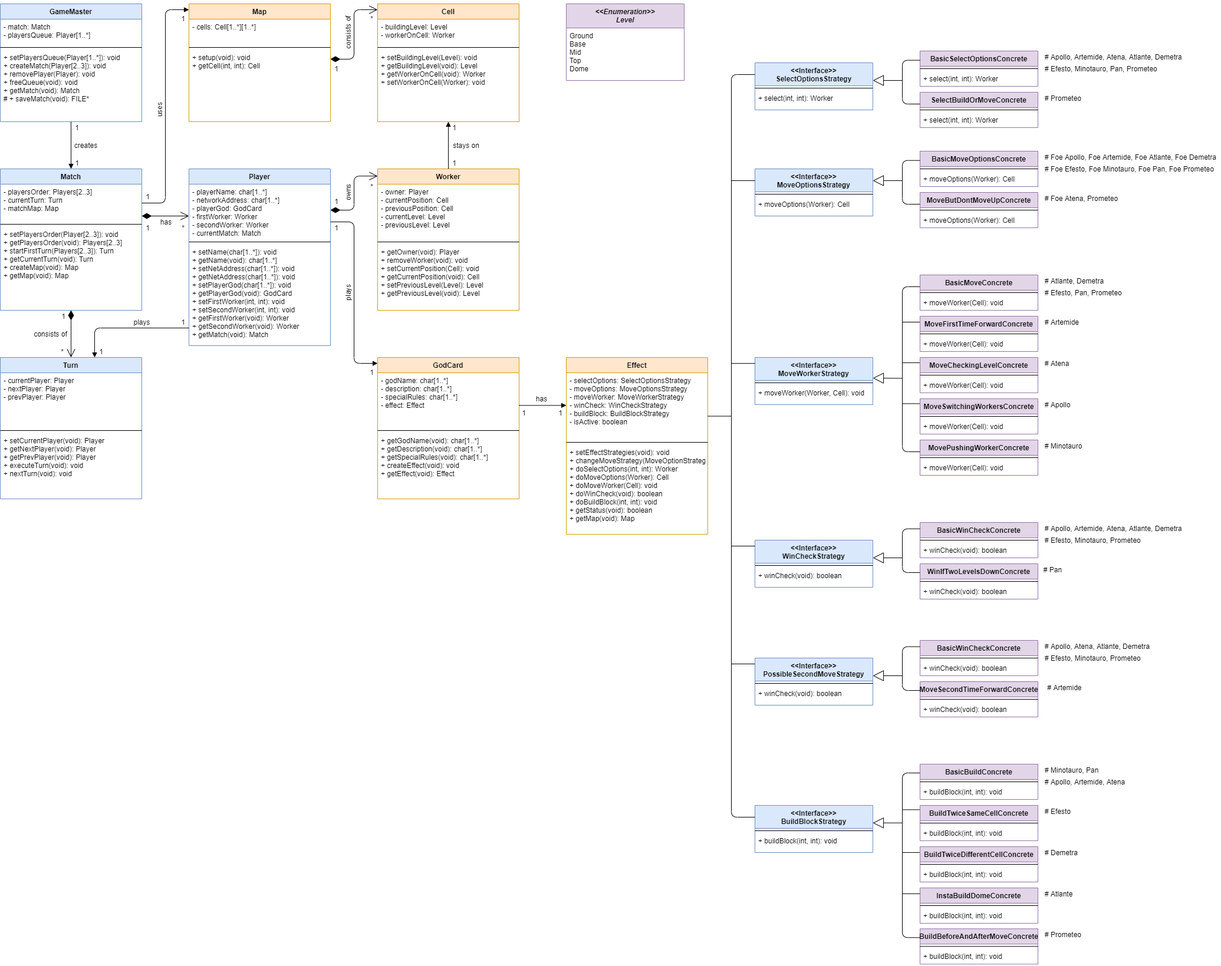
This is deliverables/UML/Model.png from DomenicoArmillotta/ing-sw-2019-Armillotta-Anese-Borghetti, a draw.io export, as it was before one commit. Source tidied: cells renumbered, new cells last; positions are measured from the earlier drawing's top-left corner, leaving out a move shared by most shapes.
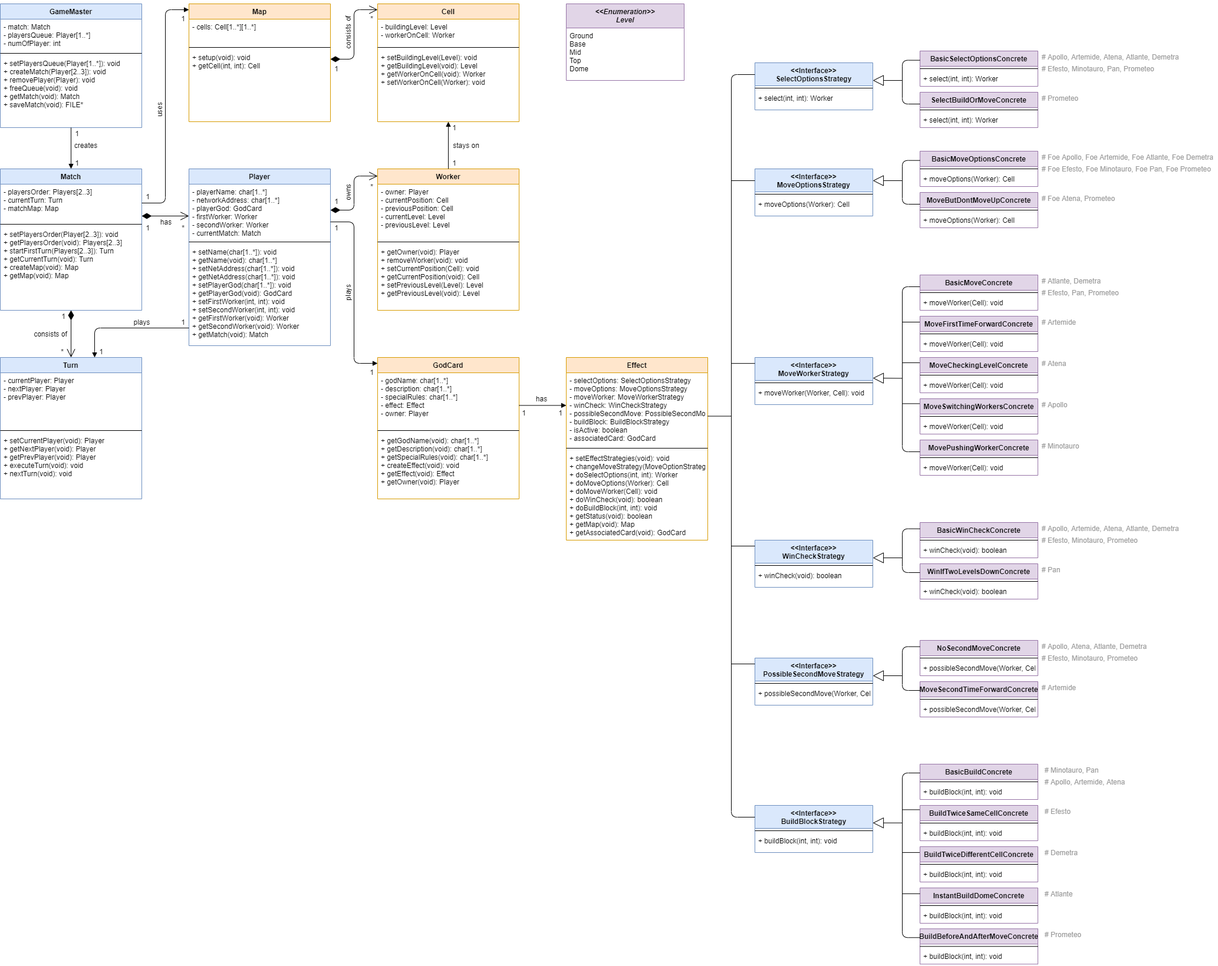
Later version of the same file.

Commit message:
Model UML updated

Diff of the diagram source:
```diff
@@ -5,12 +5,12 @@
     <mxCell id="2" value="GameMaster" style="swimlane;fontStyle=1;align=center;verticalAlign=top;horizontal=1;startSize=26;fillColor=#dae8fc;strokeColor=#6c8ebf;" parent="1" vertex="1">
-      <mxGeometry width="240" height="200" as="geometry" />
+      <mxGeometry width="240" height="210" as="geometry" />
     </mxCell>
-    <mxCell id="3" value="- match: Match&#10;- playersQueue: Player[1..*]" style="text;strokeColor=none;fillColor=none;align=left;verticalAlign=top;spacingLeft=4;spacingRight=4;overflow=hidden;" parent="2" vertex="1">
-      <mxGeometry y="26" width="240" height="44" as="geometry" />
+    <mxCell id="3" value="- match: Match&#10;- playersQueue: Player[1..*]&#10;- numOfPlayer: int" style="text;strokeColor=none;fillColor=none;align=left;verticalAlign=top;spacingLeft=4;spacingRight=4;overflow=hidden;" parent="2" vertex="1">
+      <mxGeometry y="26" width="240" height="54" as="geometry" />
     </mxCell>
     <mxCell id="4" style="line;strokeWidth=1;fillColor=none;align=left;verticalAlign=middle;spacingTop=-1;spacingLeft=3;spacingRight=3;labelPosition=right;" parent="2" vertex="1">
-      <mxGeometry y="70" width="240" height="8" as="geometry" />
+      <mxGeometry y="80" width="240" height="8" as="geometry" />
     </mxCell>
-    <mxCell id="5" value="+ setPlayersQueue(Player[1..*]): void&#10;+ createMatch(Player[2..3]): void&#10;+ removePlayer(Player): void&#10;+ freeQueue(void): void&#10;+ getMatch(void): Match&#10;# + saveMatch(void): FILE*" style="text;strokeColor=none;fillColor=none;align=left;verticalAlign=top;spacingLeft=4;spacingRight=4;overflow=hidden;points=[[0,0.5],[1,0.5]];portConstraint=eastwest;" parent="2" vertex="1">
-      <mxGeometry y="78" width="240" height="122" as="geometry" />
+    <mxCell id="5" value="+ setPlayersQueue(Player[1..*]): void&#10;+ createMatch(Player[2..3]): void&#10;+ removePlayer(Player): void&#10;+ freeQueue(void): void&#10;+ getMatch(void): Match&#10;+ saveMatch(void): FILE*" style="text;strokeColor=none;fillColor=none;align=left;verticalAlign=top;spacingLeft=4;spacingRight=4;overflow=hidden;points=[[0,0.5],[1,0.5]];portConstraint=eastwest;" parent="2" vertex="1">
+      <mxGeometry y="88" width="240" height="122" as="geometry" />
     </mxCell>
@@ -111,3 +111,3 @@
     </mxCell>
-    <mxCell id="35" value="- godName: char[1..*]&#10;- description: char[1..*]&#10;- specialRules: char[1..*]&#10;- effect: Effect" style="text;strokeColor=none;fillColor=none;align=left;verticalAlign=top;spacingLeft=4;spacingRight=4;overflow=hidden;" parent="34" vertex="1">
+    <mxCell id="35" value="- godName: char[1..*]&#10;- description: char[1..*]&#10;- specialRules: char[1..*]&#10;- effect: Effect&#10;- owner: Player" style="text;strokeColor=none;fillColor=none;align=left;verticalAlign=top;spacingLeft=4;spacingRight=4;overflow=hidden;" parent="34" vertex="1">
       <mxGeometry y="26" width="240" height="94" as="geometry" />
@@ -117,3 +117,3 @@
     </mxCell>
-    <mxCell id="37" value="+ getGodName(void): char[1..*]&#10;+ getDescription(void): char[1..*]&#10;+ getSpecialRules(void): char[1..*]&#10;+ createEffect(void): void&#10;+ getEffect(void): Effect" style="text;strokeColor=none;fillColor=none;align=left;verticalAlign=top;spacingLeft=4;spacingRight=4;overflow=hidden;" parent="34" vertex="1">
+    <mxCell id="37" value="+ getGodName(void): char[1..*]&#10;+ getDescription(void): char[1..*]&#10;+ getSpecialRules(void): char[1..*]&#10;+ createEffect(void): void&#10;+ getEffect(void): Effect&#10;+ getOwner(void): Player" style="text;strokeColor=none;fillColor=none;align=left;verticalAlign=top;spacingLeft=4;spacingRight=4;overflow=hidden;" parent="34" vertex="1">
       <mxGeometry y="128" width="240" height="112" as="geometry" />
@@ -130,12 +130,12 @@
     <mxCell id="41" value="Effect" style="swimlane;fontStyle=1;align=center;verticalAlign=top;horizontal=1;startSize=26;fillColor=#ffe6cc;strokeColor=#d79b00;" parent="1" vertex="1">
-      <mxGeometry x="960" y="600" width="240" height="300" as="geometry" />
+      <mxGeometry x="960" y="600" width="240" height="310" as="geometry" />
     </mxCell>
-    <mxCell id="42" value="- selectOptions: SelectOptionsStrategy&#10;- moveOptions: MoveOptionsStrategy&#10;- moveWorker: MoveWorkerStrategy&#10;- winCheck: WinCheckStrategy&#10;- buildBlock: BuildBlockStrategy&#10;- isActive: boolean" style="text;strokeColor=none;fillColor=none;align=left;verticalAlign=top;spacingLeft=4;spacingRight=4;overflow=hidden;" parent="41" vertex="1">
-      <mxGeometry y="26" width="240" height="114" as="geometry" />
+    <mxCell id="42" value="- selectOptions: SelectOptionsStrategy&#10;- moveOptions: MoveOptionsStrategy&#10;- moveWorker: MoveWorkerStrategy&#10;- winCheck: WinCheckStrategy&#10;- possibleSecondMove: PossibleSecondMoveStrategy&#10;- buildBlock: BuildBlockStrategy&#10;- isActive: boolean&#10;- associatedCard: GodCard" style="text;strokeColor=none;fillColor=none;align=left;verticalAlign=top;spacingLeft=4;spacingRight=4;overflow=hidden;" parent="41" vertex="1">
+      <mxGeometry y="26" width="240" height="124" as="geometry" />
     </mxCell>
     <mxCell id="43" style="line;strokeWidth=1;fillColor=none;align=left;verticalAlign=middle;spacingTop=-1;spacingLeft=3;spacingRight=3;labelPosition=right;" parent="41" vertex="1">
-      <mxGeometry y="140" width="240" height="8" as="geometry" />
+      <mxGeometry y="150" width="240" height="8" as="geometry" />
     </mxCell>
-    <mxCell id="44" value="+ setEffectStrategies(void): void&#10;+ changeMoveStrategy(MoveOptionStrategy): void&#10;+ doSelectOptions(int, int): Worker&#10;+ doMoveOptions(Worker): Cell&#10;+ doMoveWorker(Cell): void&#10;+ doWinCheck(void): boolean&#10;+ doBuildBlock(int, int): void&#10;+ getStatus(void): boolean&#10;+ getMap(void): Map" style="text;strokeColor=none;fillColor=none;align=left;verticalAlign=top;spacingLeft=4;spacingRight=4;overflow=hidden;" parent="41" vertex="1">
-      <mxGeometry y="148" width="240" height="152" as="geometry" />
+    <mxCell id="44" value="+ setEffectStrategies(void): void&#10;+ changeMoveStrategy(MoveOptionStrategy): void&#10;+ doSelectOptions(int, int): Worker&#10;+ doMoveOptions(Worker): Cell&#10;+ doMoveWorker(Cell): void&#10;+ doWinCheck(void): boolean&#10;+ doBuildBlock(int, int): void&#10;+ getStatus(void): boolean&#10;+ getMap(void): Map&#10;+ getAssociatedCard(void): GodCard" style="text;strokeColor=none;fillColor=none;align=left;verticalAlign=top;spacingLeft=4;spacingRight=4;overflow=hidden;" parent="41" vertex="1">
+      <mxGeometry y="158" width="240" height="152" as="geometry" />
     </mxCell>
@@ -231,3 +231,3 @@
     </mxCell>
-    <mxCell id="75" value="InstaBuildDomeConcrete" style="swimlane;fontStyle=1;align=center;verticalAlign=top;horizontal=1;startSize=26;fillColor=#e1d5e7;strokeColor=#9673a6;" parent="1" vertex="1">
+    <mxCell id="75" value="InstantBuildDomeConcrete" style="swimlane;fontStyle=1;align=center;verticalAlign=top;horizontal=1;startSize=26;fillColor=#e1d5e7;strokeColor=#9673a6;" parent="1" vertex="1">
       <mxGeometry x="1560" y="1500" width="200" height="60" as="geometry" />
@@ -258,57 +258,57 @@
     </mxCell>
-    <mxCell id="84" value="# Apollo, Artemide, Atena, Atlante, Demetra" style="text;html=1;align=left;verticalAlign=middle;" parent="1" vertex="1">
-      <mxGeometry x="1770" y="80" width="250" height="20" as="geometry" />
+    <mxCell id="84" value="# Apollo, Artemide, Atena, Atlante, Demetra" style="text;html=1;align=left;verticalAlign=middle;fontColor=#999999;" parent="1" vertex="1">
+      <mxGeometry x="1765" y="80" width="250" height="20" as="geometry" />
     </mxCell>
-    <mxCell id="85" value="# Artemide" style="text;html=1;align=left;verticalAlign=middle;" parent="1" vertex="1">
-      <mxGeometry x="1770" y="530" width="70" height="20" as="geometry" />
+    <mxCell id="85" value="# Artemide" style="text;html=1;align=left;verticalAlign=middle;fontColor=#999999;" parent="1" vertex="1">
+      <mxGeometry x="1765" y="530" width="70" height="20" as="geometry" />
     </mxCell>
-    <mxCell id="86" value="# Foe Atena, Prometeo" style="text;html=1;align=left;verticalAlign=middle;" parent="1" vertex="1">
-      <mxGeometry x="1770" y="320" width="140" height="20" as="geometry" />
+    <mxCell id="86" value="# Foe Atena, Prometeo" style="text;html=1;align=left;verticalAlign=middle;fontColor=#999999;" parent="1" vertex="1">
+      <mxGeometry x="1765" y="320" width="140" height="20" as="geometry" />
     </mxCell>
-    <mxCell id="87" value="# Atena" style="text;html=1;align=left;verticalAlign=middle;" parent="1" vertex="1">
-      <mxGeometry x="1770" y="600" width="60" height="20" as="geometry" />
+    <mxCell id="87" value="# Atena" style="text;html=1;align=left;verticalAlign=middle;fontColor=#999999;" parent="1" vertex="1">
+      <mxGeometry x="1765" y="600" width="60" height="20" as="geometry" />
     </mxCell>
-    <mxCell id="88" value="# Apollo" style="text;html=1;align=left;verticalAlign=middle;" parent="1" vertex="1">
-      <mxGeometry x="1770" y="670" width="60" height="20" as="geometry" />
+    <mxCell id="88" value="# Apollo" style="text;html=1;align=left;verticalAlign=middle;fontColor=#999999;" parent="1" vertex="1">
+      <mxGeometry x="1765" y="670" width="60" height="20" as="geometry" />
     </mxCell>
-    <mxCell id="89" value="# Minotauro" style="text;html=1;align=left;verticalAlign=middle;" parent="1" vertex="1">
-      <mxGeometry x="1770" y="740" width="80" height="20" as="geometry" />
+    <mxCell id="89" value="# Minotauro" style="text;html=1;align=left;verticalAlign=middle;fontColor=#999999;" parent="1" vertex="1">
+      <mxGeometry x="1765" y="740" width="80" height="20" as="geometry" />
     </mxCell>
-    <mxCell id="90" value="# Pan" style="text;html=1;align=center;verticalAlign=middle;" parent="1" vertex="1">
-      <mxGeometry x="1760" y="950" width="50" height="20" as="geometry" />
+    <mxCell id="90" value="# Pan" style="text;html=1;align=left;verticalAlign=middle;fontColor=#999999;" parent="1" vertex="1">
+      <mxGeometry x="1765" y="950" width="50" height="20" as="geometry" />
     </mxCell>
-    <mxCell id="91" value="# Efesto" style="text;html=1;align=left;verticalAlign=middle;" parent="1" vertex="1">
+    <mxCell id="91" value="# Efesto" style="text;html=1;align=left;verticalAlign=middle;fontColor=#999999;" parent="1" vertex="1">
       <mxGeometry x="1770" y="1360" width="60" height="20" as="geometry" />
     </mxCell>
-    <mxCell id="92" value="# Efesto, Minotauro, Pan, Prometeo" style="text;html=1;align=left;verticalAlign=middle;" parent="1" vertex="1">
-      <mxGeometry x="1770" y="100" width="210" height="20" as="geometry" />
+    <mxCell id="92" value="# Efesto, Minotauro, Pan, Prometeo" style="text;html=1;align=left;verticalAlign=middle;fontColor=#999999;" parent="1" vertex="1">
+      <mxGeometry x="1765" y="100" width="210" height="20" as="geometry" />
     </mxCell>
-    <mxCell id="93" value="# Foe Apollo, Foe Artemide, Foe Atlante, Foe Demetra" style="text;html=1;align=left;verticalAlign=middle;" parent="1" vertex="1">
-      <mxGeometry x="1770" y="250" width="300" height="20" as="geometry" />
+    <mxCell id="93" value="# Foe Apollo, Foe Artemide, Foe Atlante, Foe Demetra" style="text;html=1;align=left;verticalAlign=middle;fontColor=#999999;" parent="1" vertex="1">
+      <mxGeometry x="1765" y="250" width="300" height="20" as="geometry" />
     </mxCell>
-    <mxCell id="94" value="# Foe Efesto, Foe Minotauro, Foe Pan, Foe Prometeo" style="text;html=1;align=left;verticalAlign=middle;" parent="1" vertex="1">
-      <mxGeometry x="1770" y="270" width="300" height="20" as="geometry" />
+    <mxCell id="94" value="# Foe Efesto, Foe Minotauro, Foe Pan, Foe Prometeo" style="text;html=1;align=left;verticalAlign=middle;fontColor=#999999;" parent="1" vertex="1">
+      <mxGeometry x="1765" y="270" width="300" height="20" as="geometry" />
     </mxCell>
-    <mxCell id="95" value="# Atlante, Demetra" style="text;html=1;align=left;verticalAlign=middle;" parent="1" vertex="1">
-      <mxGeometry x="1770" y="460" width="110" height="20" as="geometry" />
+    <mxCell id="95" value="# Atlante, Demetra" style="text;html=1;align=left;verticalAlign=middle;fontColor=#999999;" parent="1" vertex="1">
+      <mxGeometry x="1765" y="460" width="110" height="20" as="geometry" />
     </mxCell>
-    <mxCell id="96" value="# Efesto, Pan, Prometeo" style="text;html=1;align=left;verticalAlign=middle;" parent="1" vertex="1">
-      <mxGeometry x="1770" y="480" width="150" height="20" as="geometry" />
+    <mxCell id="96" value="# Efesto, Pan, Prometeo" style="text;html=1;align=left;verticalAlign=middle;fontColor=#999999;" parent="1" vertex="1">
+      <mxGeometry x="1765" y="480" width="150" height="20" as="geometry" />
     </mxCell>
-    <mxCell id="97" value="# Apollo, Artemide, Atena, Atlante, Demetra" style="text;html=1;align=left;verticalAlign=middle;" parent="1" vertex="1">
-      <mxGeometry x="1770" y="880" width="250" height="20" as="geometry" />
+    <mxCell id="97" value="# Apollo, Artemide, Atena, Atlante, Demetra" style="text;html=1;align=left;verticalAlign=middle;fontColor=#999999;" parent="1" vertex="1">
+      <mxGeometry x="1765" y="880" width="250" height="20" as="geometry" />
     </mxCell>
-    <mxCell id="98" value="# Efesto, Minotauro, Prometeo" style="text;html=1;align=left;verticalAlign=middle;" parent="1" vertex="1">
-      <mxGeometry x="1770" y="900" width="180" height="20" as="geometry" />
+    <mxCell id="98" value="# Efesto, Minotauro, Prometeo" style="text;html=1;align=left;verticalAlign=middle;fontColor=#999999;" parent="1" vertex="1">
+      <mxGeometry x="1765" y="900" width="180" height="20" as="geometry" />
     </mxCell>
-    <mxCell id="99" value="# Apollo, Artemide, Atena" style="text;html=1;align=left;verticalAlign=middle;" parent="1" vertex="1">
+    <mxCell id="99" value="# Apollo, Artemide, Atena" style="text;html=1;align=left;verticalAlign=middle;fontColor=#999999;" parent="1" vertex="1">
       <mxGeometry x="1770" y="1310" width="150" height="20" as="geometry" />
     </mxCell>
-    <mxCell id="100" value="# Minotauro, Pan" style="text;html=1;align=left;verticalAlign=middle;" parent="1" vertex="1">
+    <mxCell id="100" value="# Minotauro, Pan" style="text;html=1;align=left;verticalAlign=middle;fontColor=#999999;" parent="1" vertex="1">
       <mxGeometry x="1770" y="1290" width="110" height="20" as="geometry" />
     </mxCell>
-    <mxCell id="101" value="# Demetra" style="text;html=1;align=left;verticalAlign=middle;" parent="1" vertex="1">
+    <mxCell id="101" value="# Demetra" style="text;html=1;align=left;verticalAlign=middle;fontColor=#999999;" parent="1" vertex="1">
       <mxGeometry x="1770" y="1430" width="70" height="20" as="geometry" />
     </mxCell>
-    <mxCell id="102" value="# Atlante" style="text;html=1;align=left;verticalAlign=middle;" parent="1" vertex="1">
+    <mxCell id="102" value="# Atlante" style="text;html=1;align=left;verticalAlign=middle;fontColor=#999999;" parent="1" vertex="1">
       <mxGeometry x="1770" y="1500" width="60" height="20" as="geometry" />
@@ -367,3 +367,3 @@
     <mxCell id="113" value="1" style="text;html=1;align=center;verticalAlign=middle;fontFamily=Helvetica;" parent="1" vertex="1">
-      <mxGeometry x="120" y="200" width="20" height="20" as="geometry" />
+      <mxGeometry x="120" y="210" width="20" height="20" as="geometry" />
     </mxCell>
@@ -740,3 +740,3 @@
     </mxCell>
-    <mxCell id="212" value="# Prometeo" style="text;html=1;align=left;verticalAlign=middle;" parent="1" vertex="1">
+    <mxCell id="212" value="# Prometeo" style="text;html=1;align=left;verticalAlign=middle;fontColor=#999999;" parent="1" vertex="1">
       <mxGeometry x="1770" y="1569.3" width="80" height="20" as="geometry" />
@@ -768,4 +768,4 @@
     </mxCell>
-    <mxCell id="219" value="# Prometeo" style="text;html=1;align=left;verticalAlign=middle;" parent="1" vertex="1">
-      <mxGeometry x="1770" y="150" width="80" height="20" as="geometry" />
+    <mxCell id="219" value="# Prometeo" style="text;html=1;align=left;verticalAlign=middle;fontColor=#999999;" parent="1" vertex="1">
+      <mxGeometry x="1765" y="150" width="80" height="20" as="geometry" />
     </mxCell>
@@ -777,6 +777,6 @@
     </mxCell>
-    <mxCell id="222" value="+ winCheck(void): boolean" style="text;strokeColor=none;fillColor=none;align=left;verticalAlign=top;spacingLeft=4;spacingRight=4;overflow=hidden;" parent="220" vertex="1">
+    <mxCell id="222" value="+ possibleSecondMove(Worker, Cell): void" style="text;strokeColor=none;fillColor=none;align=left;verticalAlign=top;spacingLeft=4;spacingRight=4;overflow=hidden;" parent="220" vertex="1">
       <mxGeometry y="47" width="200" height="33" as="geometry" />
     </mxCell>
-    <mxCell id="223" value="BasicWinCheckConcrete" style="swimlane;fontStyle=1;align=center;verticalAlign=top;horizontal=1;startSize=26;fillColor=#e1d5e7;strokeColor=#9673a6;" parent="1" vertex="1">
+    <mxCell id="223" value="NoSecondMoveConcrete" style="swimlane;fontStyle=1;align=center;verticalAlign=top;horizontal=1;startSize=26;fillColor=#e1d5e7;strokeColor=#9673a6;" parent="1" vertex="1">
       <mxGeometry x="1560" y="1080" width="200" height="60" as="geometry" />
@@ -786,3 +786,3 @@
     </mxCell>
-    <mxCell id="225" value="+ winCheck(void): boolean" style="text;strokeColor=none;fillColor=none;align=left;verticalAlign=top;spacingLeft=4;spacingRight=4;overflow=hidden;" parent="223" vertex="1">
+    <mxCell id="225" value="+ possibleSecondMove(Worker, Cell): void" style="text;strokeColor=none;fillColor=none;align=left;verticalAlign=top;spacingLeft=4;spacingRight=4;overflow=hidden;" parent="223" vertex="1">
       <mxGeometry y="34" width="200" height="26" as="geometry" />
@@ -795,13 +795,13 @@
     </mxCell>
-    <mxCell id="228" value="+ winCheck(void): boolean" style="text;strokeColor=none;fillColor=none;align=left;verticalAlign=top;spacingLeft=4;spacingRight=4;overflow=hidden;" parent="226" vertex="1">
+    <mxCell id="228" value="+ possibleSecondMove(Worker, Cell): void" style="text;strokeColor=none;fillColor=none;align=left;verticalAlign=top;spacingLeft=4;spacingRight=4;overflow=hidden;" parent="226" vertex="1">
       <mxGeometry y="34" width="200" height="26" as="geometry" />
     </mxCell>
-    <mxCell id="229" value="# Artemide" style="text;html=1;align=center;verticalAlign=middle;" parent="1" vertex="1">
-      <mxGeometry x="1770" y="1150" width="70" height="20" as="geometry" />
+    <mxCell id="229" value="# Artemide" style="text;html=1;align=left;verticalAlign=middle;fontColor=#999999;" parent="1" vertex="1">
+      <mxGeometry x="1765" y="1150" width="70" height="20" as="geometry" />
     </mxCell>
-    <mxCell id="230" value="# Apollo, Atena, Atlante, Demetra" style="text;html=1;align=left;verticalAlign=middle;" parent="1" vertex="1">
-      <mxGeometry x="1770" y="1080" width="190" height="20" as="geometry" />
+    <mxCell id="230" value="# Apollo, Atena, Atlante, Demetra" style="text;html=1;align=left;verticalAlign=middle;fontColor=#999999;" parent="1" vertex="1">
+      <mxGeometry x="1765" y="1080" width="190" height="20" as="geometry" />
     </mxCell>
-    <mxCell id="231" value="# Efesto, Minotauro, Prometeo" style="text;html=1;align=left;verticalAlign=middle;" parent="1" vertex="1">
-      <mxGeometry x="1770" y="1100" width="180" height="20" as="geometry" />
+    <mxCell id="231" value="# Efesto, Minotauro, Prometeo" style="text;html=1;align=left;verticalAlign=middle;fontColor=#999999;" parent="1" vertex="1">
+      <mxGeometry x="1765" y="1100" width="180" height="20" as="geometry" />
     </mxCell>
```
